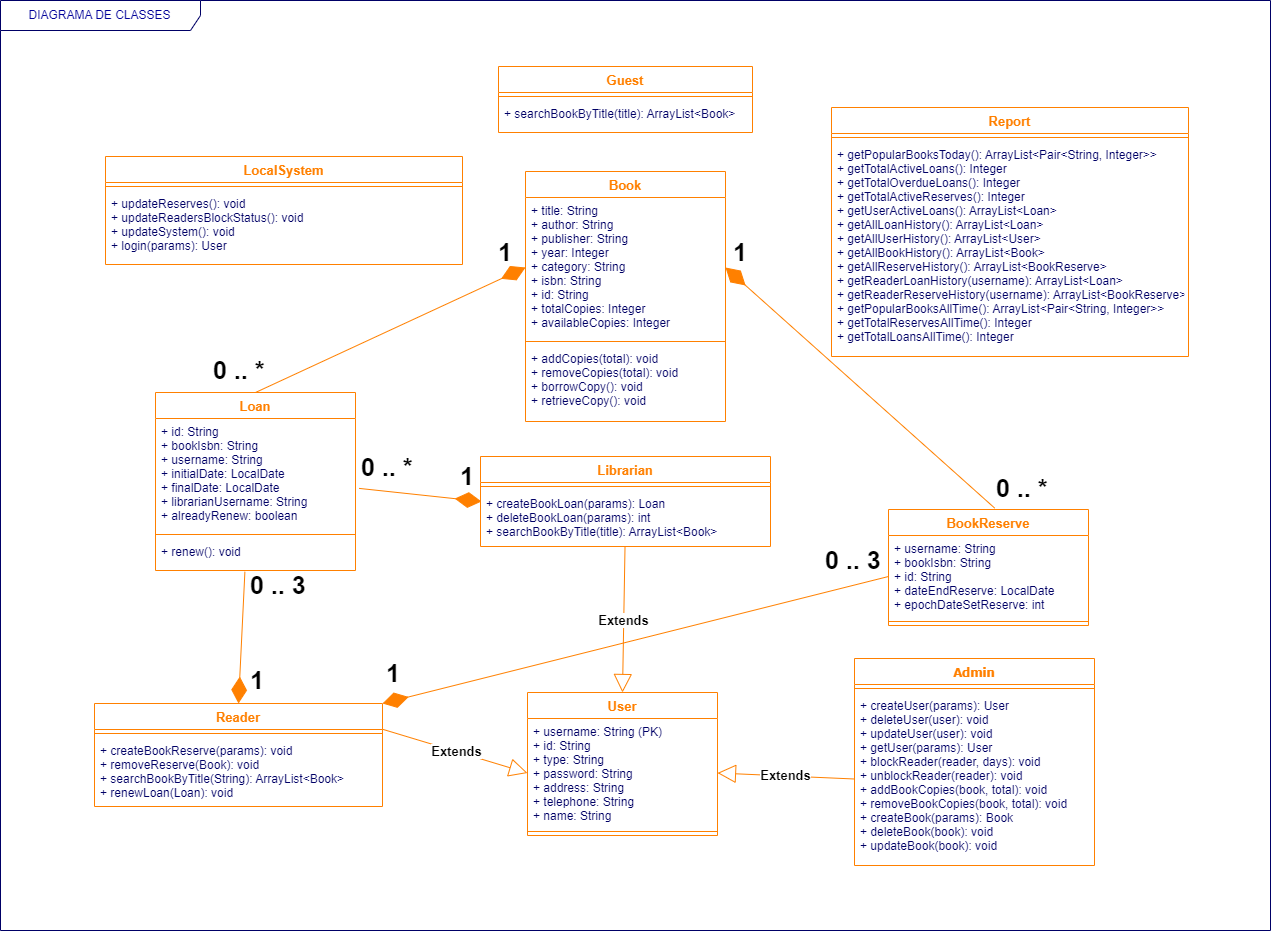
Above: docs/diagrams/class_diagram.png in mendes658/biblioteca_java (draw.io), before the change. Source tidied: cells renumbered, new cells last; positions are measured from the earlier drawing's top-left corner, leaving out a move shared by most shapes.
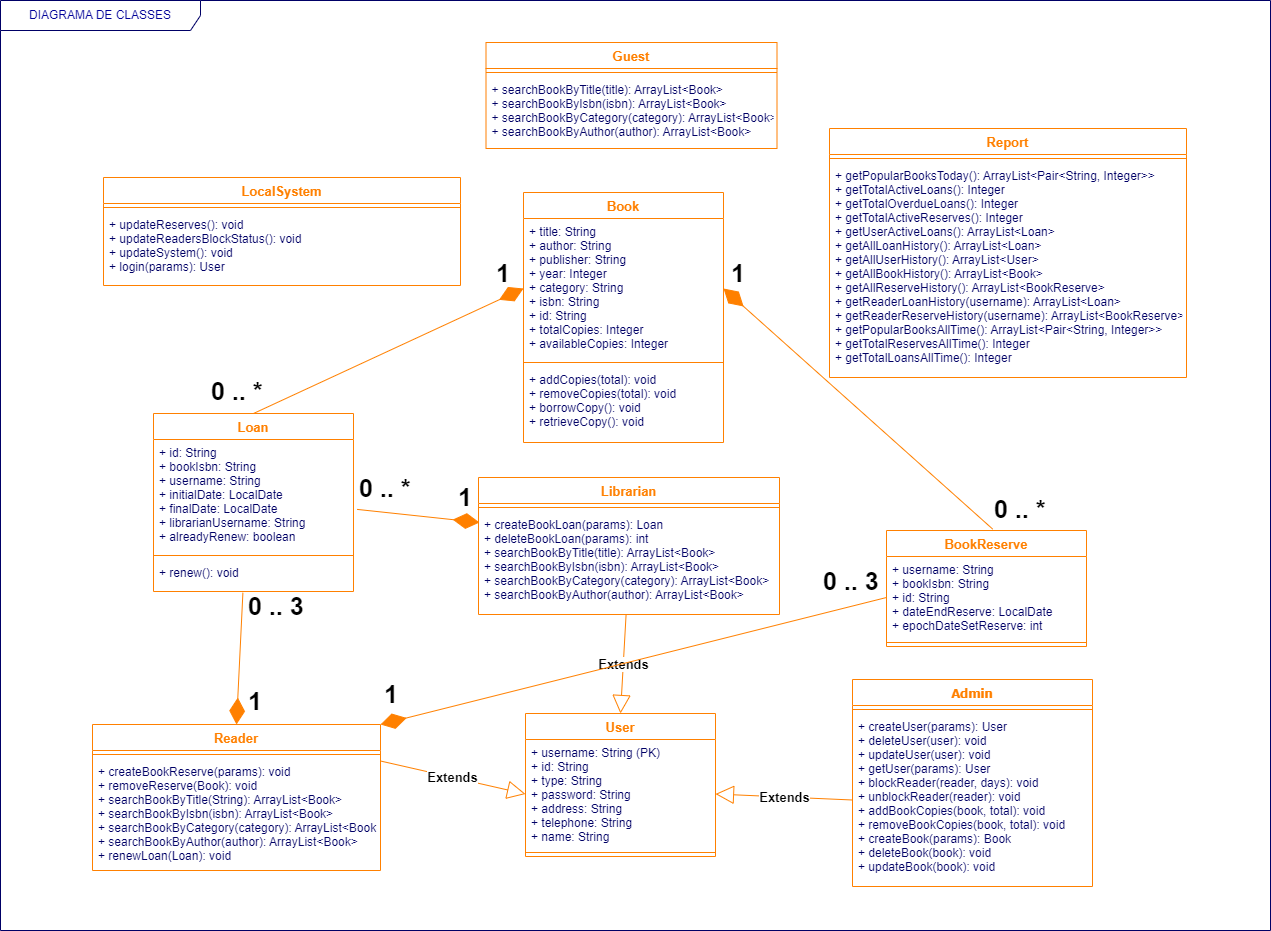
After the commit.

What changed in the source:
```diff
@@ -3,13 +3,13 @@
     <mxCell id="0" />
     <mxCell id="1" parent="0" />
     <mxCell id="2" value="Reader" style="swimlane;fontStyle=1;align=center;verticalAlign=top;horizontal=1;startSize=26;swimlaneFillColor=#ffffff;strokeColor=#FF8000;strokeWidth=1;fillColor=none;fontSize=13;fontColor=#FF8000;" parent="1" vertex="1">
-      <mxGeometry x="94" y="703" width="288" height="103" as="geometry" />
+      <mxGeometry x="94" y="703" width="288" height="146" as="geometry" />
     </mxCell>
     <mxCell id="3" style="line;strokeWidth=1;fillColor=none;align=left;verticalAlign=middle;spacingTop=-1;spacingLeft=3;spacingRight=3;labelPosition=right;fontColor=#000066;strokeColor=#FF8000;" parent="2" vertex="1">
       <mxGeometry y="26" width="288" height="8" as="geometry" />
     </mxCell>
-    <mxCell id="4" value="+ createBookReserve(params): void&#10;+ removeReserve(Book): void&#10;+ searchBookByTitle(String): ArrayList&lt;Book&gt;&#10;+ renewLoan(Loan): void" style="text;strokeColor=none;fillColor=none;align=left;verticalAlign=top;spacingLeft=4;spacingRight=4;overflow=hidden;fontColor=#000066;" parent="2" vertex="1">
-      <mxGeometry y="34" width="288" height="69" as="geometry" />
+    <mxCell id="4" value="+ createBookReserve(params): void&#10;+ removeReserve(Book): void&#10;+ searchBookByTitle(String): ArrayList&lt;Book&gt;&#10;+ searchBookByIsbn(isbn): ArrayList&lt;Book&gt;&#10;+ searchBookByCategory(category): ArrayList&lt;Book&gt;&#10;+ searchBookByAuthor(author): ArrayList&lt;Book&gt;&#10;+ renewLoan(Loan): void" style="text;strokeColor=none;fillColor=none;align=left;verticalAlign=top;spacingLeft=4;spacingRight=4;overflow=hidden;fontColor=#000066;" parent="2" vertex="1">
+      <mxGeometry y="34" width="288" height="112" as="geometry" />
     </mxCell>
     <mxCell id="5" style="endArrow=diamondThin;endFill=1;endSize=24;html=1;strokeColor=#FF8000;fontSize=13;fontColor=#000066;exitX=0.531;exitY=-0.012;entryX=1;entryY=0.5;exitDx=0;exitDy=0;exitPerimeter=0;entryDx=0;entryDy=0;fillColor=#ffe6cc;" parent="1" edge="1" source="26" target="33">
       <mxGeometry relative="1" as="geometry" />
@@ -27,13 +27,13 @@
       <mxGeometry y="135" width="190" height="8" as="geometry" />
     </mxCell>
     <mxCell id="10" value="Librarian" style="swimlane;fontStyle=1;align=center;verticalAlign=top;horizontal=1;startSize=26;swimlaneFillColor=#ffffff;strokeColor=#FF8000;strokeWidth=1;fillColor=none;fontSize=13;fontColor=#FF8000;" parent="1" vertex="1">
-      <mxGeometry x="480" y="456" width="290" height="90" as="geometry" />
+      <mxGeometry x="480" y="456" width="301" height="137" as="geometry" />
     </mxCell>
     <mxCell id="11" style="line;strokeWidth=1;fillColor=none;align=left;verticalAlign=middle;spacingTop=-1;spacingLeft=3;spacingRight=3;labelPosition=right;fontColor=#000066;strokeColor=#FF8000;" parent="10" vertex="1">
-      <mxGeometry y="26" width="290" height="8" as="geometry" />
+      <mxGeometry y="26" width="301" height="8" as="geometry" />
     </mxCell>
-    <mxCell id="12" value="+ createBookLoan(params): Loan&#10;+ deleteBookLoan(params): int&#10;+ searchBookByTitle(title): ArrayList&lt;Book&gt;" style="text;strokeColor=none;fillColor=none;align=left;verticalAlign=top;spacingLeft=4;spacingRight=4;overflow=hidden;points=[[0,0.5],[1,0.5]];portConstraint=eastwest;fontColor=#000066;" parent="10" vertex="1">
-      <mxGeometry y="34" width="290" height="56" as="geometry" />
+    <mxCell id="12" value="+ createBookLoan(params): Loan&#10;+ deleteBookLoan(params): int&#10;+ searchBookByTitle(title): ArrayList&lt;Book&gt;&#10;+ searchBookByIsbn(isbn): ArrayList&lt;Book&gt;&#10;+ searchBookByCategory(category): ArrayList&lt;Book&gt;&#10;+ searchBookByAuthor(author): ArrayList&lt;Book&gt;&#10;" style="text;strokeColor=none;fillColor=none;align=left;verticalAlign=top;spacingLeft=4;spacingRight=4;overflow=hidden;points=[[0,0.5],[1,0.5]];portConstraint=eastwest;fontColor=#000066;" parent="10" vertex="1">
+      <mxGeometry y="34" width="301" height="103" as="geometry" />
     </mxCell>
     <mxCell id="13" value="Admin" style="swimlane;fontStyle=1;align=center;verticalAlign=top;horizontal=1;startSize=26;swimlaneFillColor=#ffffff;strokeColor=#FF8000;fillColor=#ffffff;fontFamily=Tahoma;fontSize=13;fontColor=#FF8000;" parent="1" vertex="1">
       <mxGeometry x="854" y="658" width="240" height="207" as="geometry" />
@@ -105,13 +105,13 @@
       <mxGeometry y="174" width="200" height="76" as="geometry" />
     </mxCell>
     <mxCell id="36" value="Guest" style="swimlane;fontStyle=1;align=center;verticalAlign=top;horizontal=1;startSize=26;swimlaneFillColor=#ffffff;strokeColor=#FF8000;strokeWidth=1;fillColor=none;fontSize=13;fontColor=#FF8000;" parent="1" vertex="1">
-      <mxGeometry x="498" y="66" width="254" height="66" as="geometry" />
+      <mxGeometry x="487.5" y="21" width="291" height="106" as="geometry" />
     </mxCell>
     <mxCell id="37" style="line;strokeWidth=1;fillColor=none;align=left;verticalAlign=middle;spacingTop=-1;spacingLeft=3;spacingRight=3;labelPosition=right;fontColor=#000066;strokeColor=#FF8000;" parent="36" vertex="1">
-      <mxGeometry y="26" width="254" height="8" as="geometry" />
+      <mxGeometry y="26" width="291" height="8" as="geometry" />
     </mxCell>
-    <mxCell id="38" value="+ searchBookByTitle(title): ArrayList&lt;Book&gt;" style="text;strokeColor=none;fillColor=none;align=left;verticalAlign=top;spacingLeft=4;spacingRight=4;overflow=hidden;fontColor=#000066;" parent="36" vertex="1">
-      <mxGeometry y="34" width="254" height="32" as="geometry" />
+    <mxCell id="38" value="+ searchBookByTitle(title): ArrayList&lt;Book&gt;&#10;+ searchBookByIsbn(isbn): ArrayList&lt;Book&gt;&#10;+ searchBookByCategory(category): ArrayList&lt;Book&gt;&#10;+ searchBookByAuthor(author): ArrayList&lt;Book&gt;" style="text;strokeColor=none;fillColor=none;align=left;verticalAlign=top;spacingLeft=4;spacingRight=4;overflow=hidden;fontColor=#000066;" parent="36" vertex="1">
+      <mxGeometry y="34" width="291" height="72" as="geometry" />
     </mxCell>
     <mxCell id="39" value="0 .. *" style="text;html=1;align=left;verticalAlign=top;spacingTop=-4;fontSize=25;fontColor=#000000;fillColor=none;fontStyle=1;" parent="1" vertex="1">
       <mxGeometry x="993.5" y="470" width="69" height="36" as="geometry" />
@@ -158,7 +158,7 @@
       <mxGeometry x="823" y="542" width="74" height="36" as="geometry" />
     </mxCell>
     <mxCell id="53" value="DIAGRAMA DE CLASSES" style="shape=umlFrame;whiteSpace=wrap;html=1;strokeWidth=1;fillColor=none;width=200;height=30;fontColor=#000099;strokeColor=#000066;" parent="1" vertex="1">
-      <mxGeometry width="1270" height="930" as="geometry" />
+      <mxGeometry x="2" y="-21" width="1270" height="930" as="geometry" />
     </mxCell>
   </root>
 </mxGraphModel>
```
